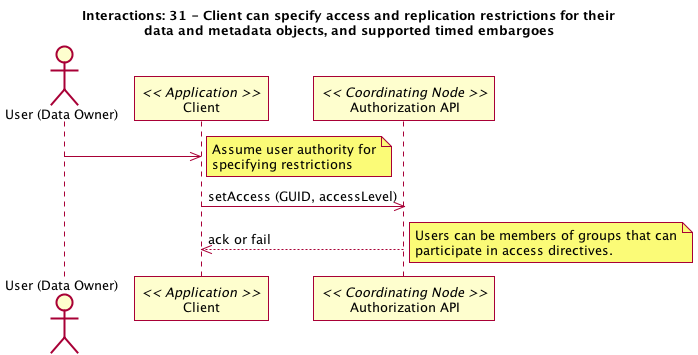
Before: source/UseCases/images/31_interaction.png, a diagram exported from PlantUML (datadavev/DataONE_architecture).
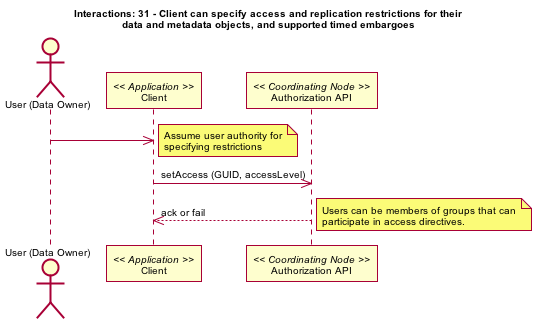
After the change.

Diff of the diagram source:
```diff
@@ -1,11 +1,74 @@
-@startuml 31_interaction.png
+@startuml images/31_interaction.png
+skinparam activityFontColor black
+skinparam activityFontSize 10
+skinparam activityFontName arial
+skinparam activityArrowFontColor black
+skinparam activityArrowFontSize 10
+skinparam activityArrowFontName arial
+skinparam classArrowFontColor black
+skinparam classArrowFontSize 10
+skinparam classArrowFontName arial
+skinparam classAttributeFontColor black
+skinparam classAttributeFontSize 10
+skinparam classAttributeFontName arial
+skinparam classFontColor black
+skinparam classFontSize 10
+skinparam classFontName arial
+skinparam componentFontColor black
+skinparam componentFontSize 10
+skinparam componentFontName arial
+skinparam componentArrowFontColor black
+skinparam componentArrowFontSize 10
+skinparam componentArrowFontName arial
+skinparam noteFontColor black
+skinparam noteFontSize 10
+skinparam noteFontName arial
+skinparam packageFontColor black
+skinparam packageFontSize 10
+skinparam packageFontName arial
+skinparam sequenceActorFontColor black
+skinparam sequenceActorFontSize 10
+skinparam sequenceActorFontName arial
+skinparam sequenceArrowFontColor black
+skinparam sequenceArrowFontSize 10
+skinparam sequenceArrowFontName arial
+skinparam sequenceGroupingFontColor black
+skinparam sequenceGroupingFontSize 10
+skinparam sequenceGroupingFontName arial
+skinparam sequenceGroupingHeaderFontColor black
+skinparam sequenceGroupingHeaderFontSize 10
+skinparam sequenceGroupingHeaderFontName arial
+skinparam sequenceParticipantFontColor black
+skinparam sequenceParticipantFontSize 10
+skinparam sequenceParticipantFontName arial
+skinparam sequenceTitleFontColor black
+skinparam sequenceTitleFontSize 10
+skinparam sequenceTitleFontName arial
+skinparam titleFontColor black
+skinparam titleFontSize 10
+skinparam titleFontName arial
+skinparam usecaseFontColor black
+skinparam usecaseFontSize 10
+skinparam usecaseFontName arial
+skinparam usecaseActorFontColor black
+skinparam usecaseActorFontSize 10
+skinparam usecaseActorFontName arial
+skinparam usecaseArrowFontColor black
+skinparam usecaseArrowFontSize 10
+skinparam usecaseArrowFontName arial
 title Interactions: 31 - Client can specify access and replication restrictions for their\ndata and metadata objects, and supported timed embargoes
 actor "User (Data Owner)" as user
 participant "Client" as app_client << Application >>
 user -> app_client
 note right
+Assume user authority for
+specifying restrictions
+end note
 participant "Authorization API" as c_authorize << Coordinating Node >>
 app_client -> c_authorize: setAccess (GUID, accessLevel)
 app_client <-- c_authorize: ack or fail
 note right
+Users can be members of groups that can
+participate in access directives.
+end note
 @enduml
```
